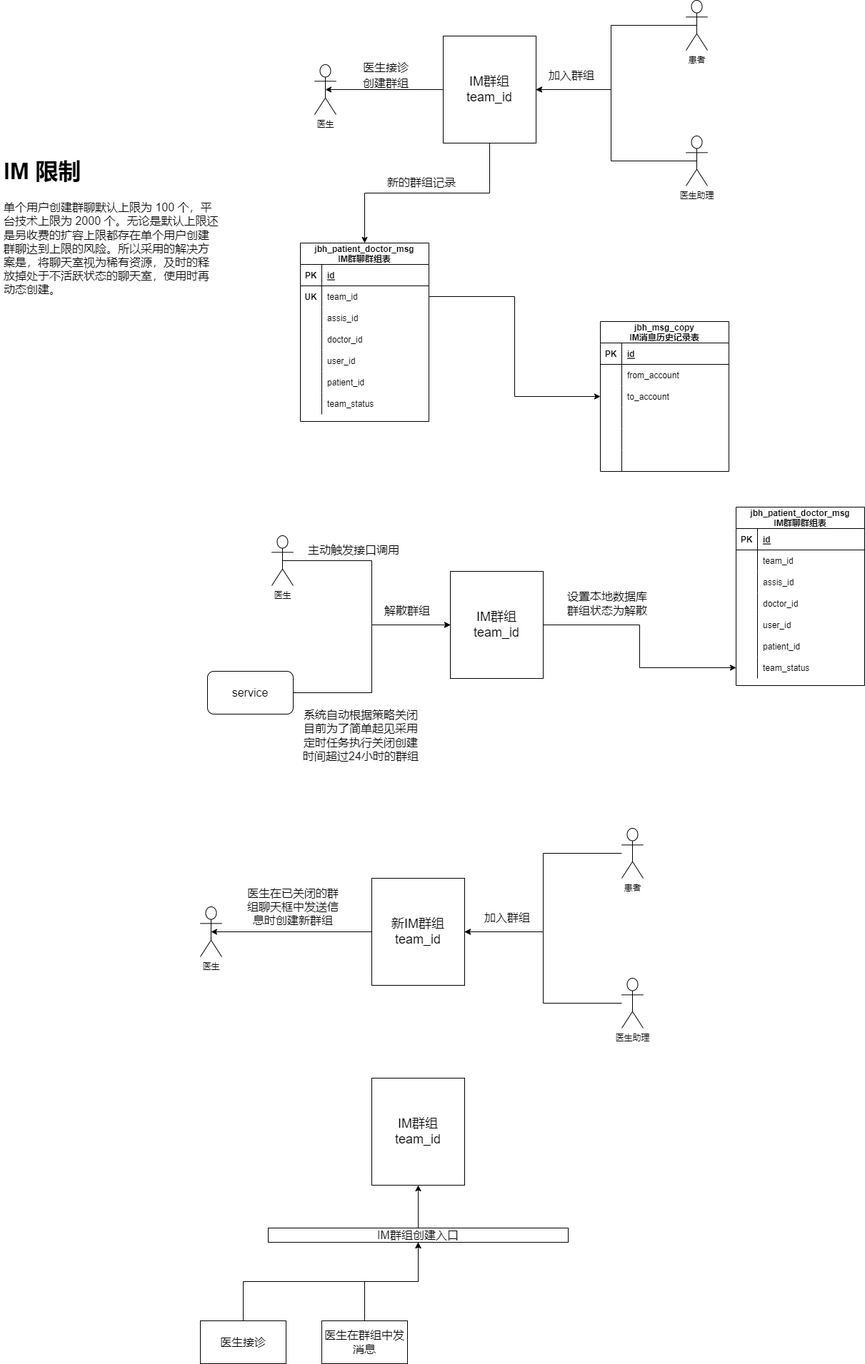
Above: jbh/群组解散.png in GitHeP/diagrams (draw.io), before the change. Source tidied: cells renumbered, new cells last; positions are measured from the earlier drawing's top-left corner, leaving out a move shared by most shapes.
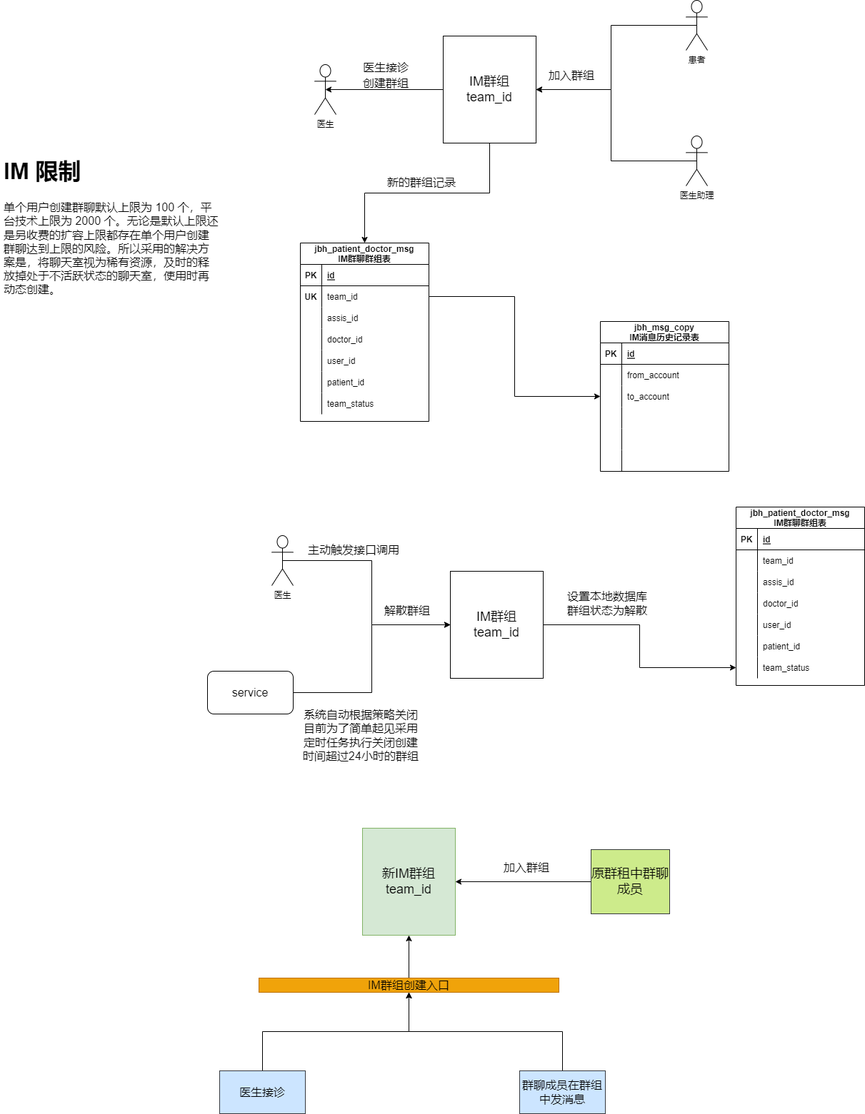
After the commit.

What changed in the source:
```diff
@@ -263,56 +263,38 @@
     <mxCell id="88" value="系统自动根据策略关闭&lt;br&gt;目前为了简单起见采用定时任务执行关闭创建时间超过24小时的群组" style="text;html=1;strokeColor=none;fillColor=none;align=center;verticalAlign=middle;whiteSpace=wrap;rounded=0;fontSize=16;" parent="1" vertex="1">
       <mxGeometry x="420" y="990" width="170" height="80" as="geometry" />
     </mxCell>
-    <mxCell id="89" value="医生" style="shape=umlActor;verticalLabelPosition=bottom;verticalAlign=top;html=1;outlineConnect=0;strokeWidth=1;fillColor=none;" parent="1" vertex="1">
-      <mxGeometry x="280" y="1270" width="30" height="70" as="geometry" />
-    </mxCell>
-    <mxCell id="90" style="edgeStyle=orthogonalEdgeStyle;rounded=0;jettySize=auto;html=1;exitX=0;exitY=0.5;exitDx=0;exitDy=0;entryX=0.5;entryY=0.5;entryDx=0;entryDy=0;entryPerimeter=0;fontSize=16;" parent="1" edge="1" source="91" target="89">
-      <mxGeometry relative="1" as="geometry" />
-    </mxCell>
-    <mxCell id="91" value="&lt;font style=&quot;font-size: 18px;&quot;&gt;新IM群组&lt;br&gt;team_id&lt;br&gt;&lt;/font&gt;" style="rounded=0;whiteSpace=wrap;html=1;strokeWidth=1;fillColor=none;" parent="1" vertex="1">
-      <mxGeometry x="520" y="1230" width="130" height="150" as="geometry" />
-    </mxCell>
-    <mxCell id="92" value="医生在已关闭的群组聊天框中发送信息时创建新群组" style="text;html=1;strokeColor=none;fillColor=none;align=center;verticalAlign=middle;whiteSpace=wrap;rounded=0;fontSize=16;" parent="1" vertex="1">
-      <mxGeometry x="340" y="1240" width="140" height="60" as="geometry" />
-    </mxCell>
-    <mxCell id="93" style="edgeStyle=orthogonalEdgeStyle;rounded=0;jettySize=auto;html=1;entryX=1;entryY=0.5;entryDx=0;entryDy=0;fontSize=16;" parent="1" edge="1" source="94" target="91">
-      <mxGeometry relative="1" as="geometry" />
-    </mxCell>
-    <mxCell id="94" value="患者" style="shape=umlActor;verticalLabelPosition=bottom;verticalAlign=top;html=1;outlineConnect=0;strokeWidth=1;fillColor=none;" parent="1" vertex="1">
-      <mxGeometry x="870" y="1160" width="30" height="70" as="geometry" />
-    </mxCell>
-    <mxCell id="95" style="edgeStyle=orthogonalEdgeStyle;rounded=0;jettySize=auto;html=1;entryX=1;entryY=0.5;entryDx=0;entryDy=0;fontSize=16;" parent="1" edge="1" source="96" target="91">
-      <mxGeometry relative="1" as="geometry" />
-    </mxCell>
-    <mxCell id="96" value="医生助理" style="shape=umlActor;verticalLabelPosition=bottom;verticalAlign=top;html=1;outlineConnect=0;strokeWidth=1;fillColor=none;" parent="1" vertex="1">
-      <mxGeometry x="870" y="1370" width="30" height="70" as="geometry" />
-    </mxCell>
-    <mxCell id="97" value="&lt;font style=&quot;font-size: 16px;&quot;&gt;加入群组&lt;/font&gt;" style="text;html=1;strokeColor=none;fillColor=none;align=center;verticalAlign=middle;whiteSpace=wrap;rounded=0;fontSize=18;" parent="1" vertex="1">
-      <mxGeometry x="670" y="1270" width="80" height="30" as="geometry" />
-    </mxCell>
     <mxCell id="98" style="edgeStyle=orthogonalEdgeStyle;rounded=0;jettySize=auto;html=1;fontSize=16;" parent="1" edge="1" source="99" target="101">
       <mxGeometry relative="1" as="geometry" />
     </mxCell>
-    <mxCell id="99" value="IM群组创建入口" style="rounded=0;whiteSpace=wrap;html=1;fontSize=16;strokeWidth=1;fillColor=none;" parent="1" vertex="1">
-      <mxGeometry x="375" y="1720" width="420" height="20" as="geometry" />
+    <mxCell id="99" value="IM群组创建入口" style="rounded=0;whiteSpace=wrap;html=1;fontSize=16;strokeWidth=1;fillColor=#f0a30a;fontColor=#000000;strokeColor=#BD7000;" parent="1" vertex="1">
+      <mxGeometry x="362" y="1370" width="420" height="20" as="geometry" />
     </mxCell>
     <mxCell id="100" style="edgeStyle=orthogonalEdgeStyle;rounded=0;orthogonalLoop=1;jettySize=auto;html=1;exitX=0.5;exitY=1;exitDx=0;exitDy=0;fontSize=16;" parent="1" edge="1" source="99" target="99">
       <mxGeometry relative="1" as="geometry" />
     </mxCell>
-    <mxCell id="101" value="&lt;font style=&quot;font-size: 18px;&quot;&gt;IM群组&lt;br&gt;team_id&lt;br&gt;&lt;/font&gt;" style="rounded=0;whiteSpace=wrap;html=1;strokeWidth=1;fillColor=none;" parent="1" vertex="1">
-      <mxGeometry x="520" y="1510" width="130" height="150" as="geometry" />
+    <mxCell id="101" value="&lt;font style=&quot;font-size: 18px;&quot;&gt;新IM群组&lt;br&gt;team_id&lt;br&gt;&lt;/font&gt;" style="rounded=0;whiteSpace=wrap;html=1;strokeWidth=1;fillColor=#d5e8d4;strokeColor=#82b366;" parent="1" vertex="1">
+      <mxGeometry x="507" y="1160" width="130" height="150" as="geometry" />
     </mxCell>
     <mxCell id="102" style="edgeStyle=orthogonalEdgeStyle;rounded=0;jettySize=auto;html=1;entryX=0.5;entryY=1;entryDx=0;entryDy=0;fontSize=16;" parent="1" edge="1" source="103" target="99">
       <mxGeometry relative="1" as="geometry" />
     </mxCell>
-    <mxCell id="103" value="医生接诊" style="rounded=0;whiteSpace=wrap;html=1;fontSize=16;strokeWidth=1;fillColor=none;" parent="1" vertex="1">
-      <mxGeometry x="280" y="1850" width="120" height="60" as="geometry" />
+    <mxCell id="103" value="医生接诊" style="rounded=0;whiteSpace=wrap;html=1;fontSize=16;strokeWidth=1;fillColor=#cce5ff;strokeColor=#36393d;" parent="1" vertex="1">
+      <mxGeometry x="307" y="1500" width="120" height="60" as="geometry" />
     </mxCell>
     <mxCell id="104" style="edgeStyle=orthogonalEdgeStyle;rounded=0;jettySize=auto;html=1;fontSize=16;" parent="1" edge="1" source="105" target="99">
       <mxGeometry relative="1" as="geometry" />
     </mxCell>
-    <mxCell id="105" value="医生在群组中发消息" style="rounded=0;whiteSpace=wrap;html=1;fontSize=16;strokeWidth=1;fillColor=none;" parent="1" vertex="1">
-      <mxGeometry x="450" y="1850" width="120" height="60" as="geometry" />
+    <mxCell id="105" value="群聊成员在群组中发消息" style="rounded=0;whiteSpace=wrap;html=1;fontSize=16;strokeWidth=1;fillColor=#cce5ff;strokeColor=#36393d;" parent="1" vertex="1">
+      <mxGeometry x="727" y="1500" width="120" height="60" as="geometry" />
     </mxCell>
+    <mxCell id="106" style="edgeStyle=orthogonalEdgeStyle;rounded=0;jettySize=auto;html=1;fontSize=16;" parent="1" edge="1" source="107" target="101">
+      <mxGeometry relative="1" as="geometry" />
+    </mxCell>
+    <mxCell id="107" value="&lt;font style=&quot;font-size: 18px;&quot;&gt;原群租中群聊成员&lt;br&gt;&lt;/font&gt;" style="rounded=0;whiteSpace=wrap;html=1;strokeWidth=1;fillColor=#cdeb8b;strokeColor=#36393d;" parent="1" vertex="1">
+      <mxGeometry x="827" y="1190" width="110" height="90" as="geometry" />
+    </mxCell>
+    <mxCell id="97" value="&lt;font style=&quot;font-size: 16px;&quot;&gt;加入群组&lt;/font&gt;" style="text;html=1;strokeColor=none;fillColor=none;align=center;verticalAlign=middle;whiteSpace=wrap;rounded=0;fontSize=18;" parent="1" vertex="1">
+      <mxGeometry x="697" y="1200" width="80" height="30" as="geometry" />
+    </mxCell>
   </root>
 </mxGraphModel>
```
